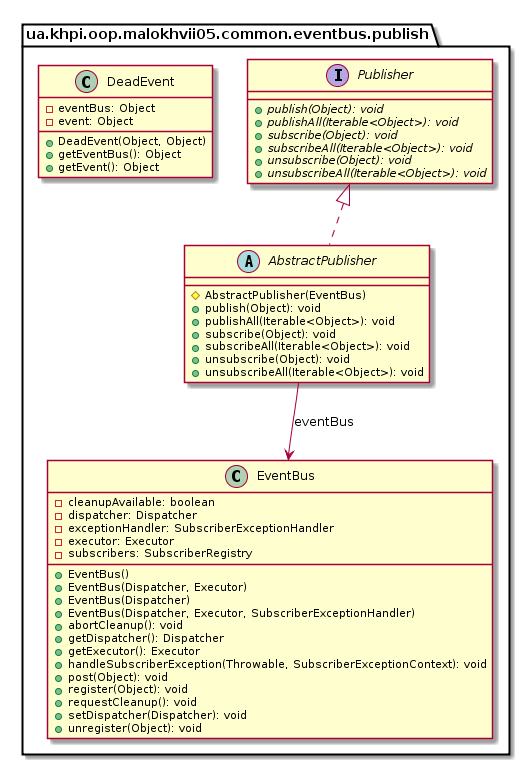
Above: malokhvii-eduard/malokhvii05/doc/plantuml/png/ua.khpi.oop.malokhvii05.common.eventbus.publish.package.png in P-Kalin/kit26a (PlantUML), before the change.
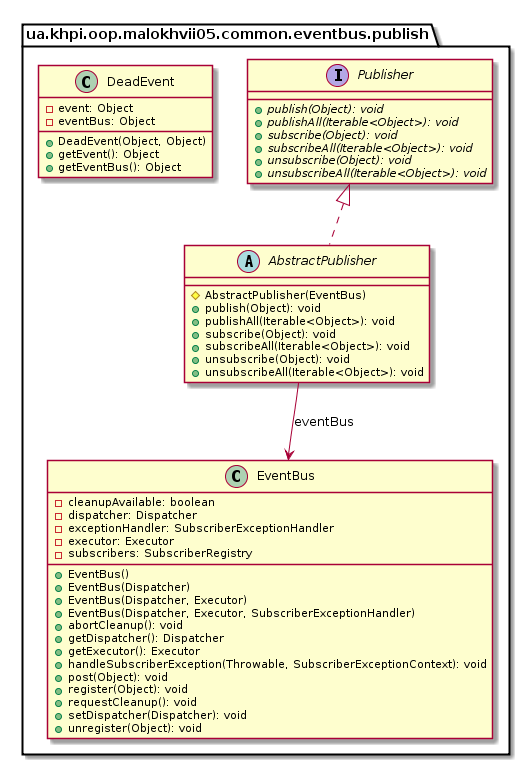
Above is the later version.

The edit, as a diff of the source:
```diff
@@ -19,8 +19,8 @@
             -executor: Executor
             -subscribers: SubscriberRegistry
             +EventBus()
+            +EventBus(Dispatcher)
             +EventBus(Dispatcher, Executor)
-            +EventBus(Dispatcher)
             +EventBus(Dispatcher, Executor, SubscriberExceptionHandler)
             +abortCleanup(): void
             +getDispatcher(): Dispatcher
@@ -43,11 +43,11 @@
         }
 
         class DeadEvent {
+            -event: Object
             -eventBus: Object
-            -event: Object
             +DeadEvent(Object, Object)
+            +getEvent(): Object
             +getEventBus(): Object
-            +getEvent(): Object
         }
 
         Publisher <|.. AbstractPublisher
```
